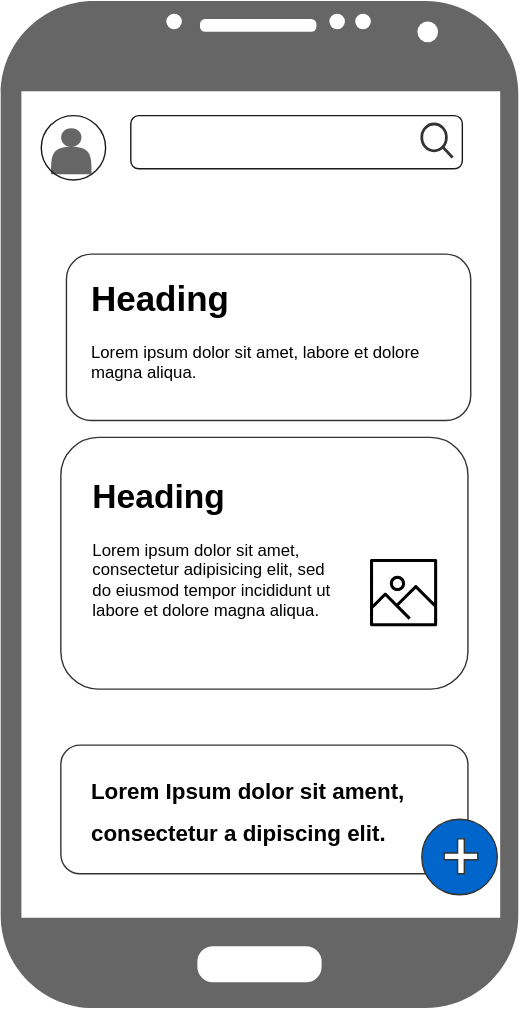
Above: readmeAssets/storyBoard1.drawio.svg in pranavm7/UniConnect (draw.io), before the change. Source tidied: cells renumbered, new cells last; positions are measured from the earlier drawing's top-left corner, leaving out a move shared by most shapes.
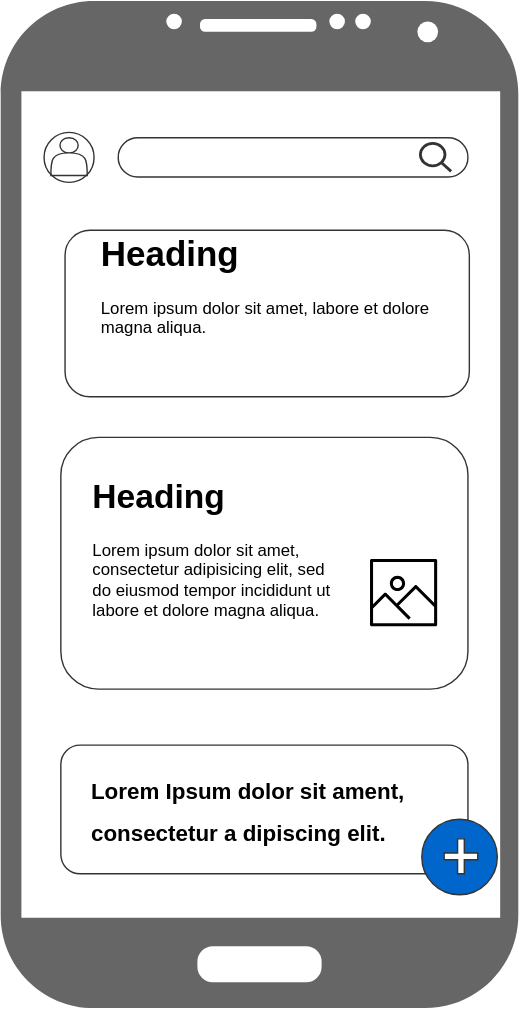
The same file after the commit.

Change to the diagram source:
```diff
@@ -5,20 +5,8 @@
     <mxCell id="2" style="verticalLabelPosition=bottom;verticalAlign=top;html=1;shadow=0;dashed=0;strokeWidth=1;shape=mxgraph.android.phone2;strokeColor=none;fillColor=#666666;" parent="1" vertex="1">
       <mxGeometry width="370" height="720" as="geometry" />
     </mxCell>
-    <mxCell id="3" style="shape=actor;whiteSpace=wrap;html=1;strokeColor=none;fillColor=#666666;" parent="1" vertex="1">
-      <mxGeometry x="36" y="91" width="29" height="33" as="geometry" />
-    </mxCell>
-    <mxCell id="4" style="ellipse;whiteSpace=wrap;html=1;strokeColor=#1A1A1A;fillColor=none;" parent="1" vertex="1">
-      <mxGeometry x="29" y="82" width="46" height="46" as="geometry" />
-    </mxCell>
-    <mxCell id="5" style="rounded=1;whiteSpace=wrap;html=1;strokeColor=#1A1A1A;fillColor=none;" parent="1" vertex="1">
-      <mxGeometry x="93" y="82" width="237" height="38" as="geometry" />
-    </mxCell>
-    <mxCell id="6" style="html=1;verticalLabelPosition=bottom;align=center;labelBackgroundColor=#ffffff;verticalAlign=top;strokeWidth=2;strokeColor=#333333;shadow=0;dashed=0;shape=mxgraph.ios7.icons.looking_glass;fillColor=none;" parent="1" vertex="1">
-      <mxGeometry x="301" y="88" width="22" height="24" as="geometry" />
-    </mxCell>
     <mxCell id="7" style="rounded=1;whiteSpace=wrap;html=1;strokeColor=#333333;fillColor=none;" parent="1" vertex="1">
-      <mxGeometry x="47" y="181" width="289" height="119" as="geometry" />
+      <mxGeometry x="46" y="164" width="289" height="119" as="geometry" />
     </mxCell>
     <mxCell id="8" style="rounded=1;whiteSpace=wrap;html=1;strokeColor=#333333;fillColor=none;" parent="1" vertex="1">
       <mxGeometry x="43" y="312" width="291" height="180" as="geometry" />
@@ -39,10 +27,28 @@
       <mxGeometry x="61" y="335" width="190" height="120" as="geometry" />
     </mxCell>
     <mxCell id="14" value="&lt;h1&gt;&lt;font style=&quot;font-size: 25px&quot;&gt;Heading&lt;/font&gt;&lt;/h1&gt;&lt;p&gt;Lorem ipsum dolor sit amet, labore et dolore magna aliqua.&lt;/p&gt;" style="text;html=1;strokeColor=none;fillColor=none;spacing=5;spacingTop=-20;whiteSpace=wrap;overflow=hidden;rounded=0;" parent="1" vertex="1">
-      <mxGeometry x="60" y="192" width="246" height="120" as="geometry" />
+      <mxGeometry x="67" y="160" width="246" height="120" as="geometry" />
     </mxCell>
     <mxCell id="15" value="&lt;p style=&quot;line-height: 0.9&quot;&gt;&lt;/p&gt;&lt;div align=&quot;left&quot;&gt;&lt;b&gt;&lt;font style=&quot;font-size: 16px&quot;&gt;Lorem Ipsum dolor sit ament, consectetur a dipiscing elit.&lt;/font&gt;&lt;/b&gt;&lt;br&gt;&lt;/div&gt;&lt;p&gt;&lt;/p&gt;" style="text;html=1;strokeColor=none;fillColor=none;align=left;verticalAlign=middle;whiteSpace=wrap;rounded=0;fontSize=25;" parent="1" vertex="1">
       <mxGeometry x="63" y="538" width="255" height="75" as="geometry" />
     </mxCell>
+    <mxCell id="16" style="group;" parent="1" vertex="1">
+      <mxGeometry x="31" y="94" width="35.8" height="35.8" as="geometry" />
+    </mxCell>
+    <mxCell id="17" style="shape=actor;whiteSpace=wrap;html=1;strokeColor=#333333;fillColor=#FFFFFF;" parent="16" vertex="1">
+      <mxGeometry x="4.9" y="3.9" width="26" height="27" as="geometry" />
+    </mxCell>
+    <mxCell id="18" style="ellipse;whiteSpace=wrap;html=1;strokeColor=#333333;fillColor=none;rotation=-180;" parent="16" vertex="1">
+      <mxGeometry width="35.8" height="35.8" as="geometry" />
+    </mxCell>
+    <mxCell id="19" style="group;" parent="1" vertex="1">
+      <mxGeometry x="84" y="97.9" width="250" height="28" as="geometry" />
+    </mxCell>
+    <mxCell id="20" style="rounded=1;whiteSpace=wrap;html=1;strokeColor=#333333;fillColor=none;arcSize=50;" parent="19" vertex="1">
+      <mxGeometry width="250" height="28" as="geometry" />
+    </mxCell>
+    <mxCell id="21" style="html=1;verticalLabelPosition=bottom;align=center;labelBackgroundColor=#ffffff;verticalAlign=top;strokeWidth=2;strokeColor=#333333;shadow=0;dashed=0;shape=mxgraph.ios7.icons.looking_glass;fillColor=#FFFFFF;" parent="19" vertex="1">
+      <mxGeometry x="216" y="4" width="22" height="20" as="geometry" />
+    </mxCell>
   </root>
 </mxGraphModel>
```
